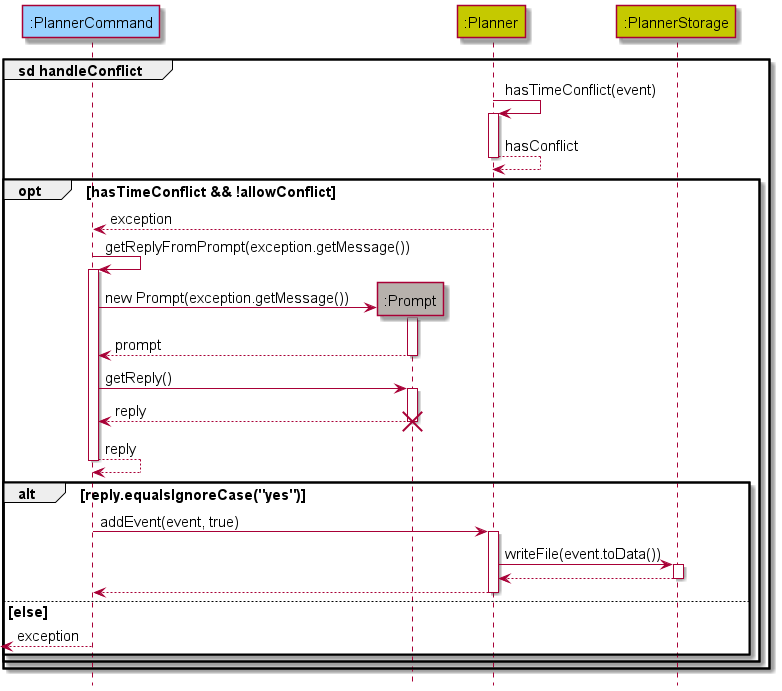
The PlantUML diagram docs/assets/images/PlannerAddSequenceDiagram2.png in shyamgj1900/tp, before a commit.
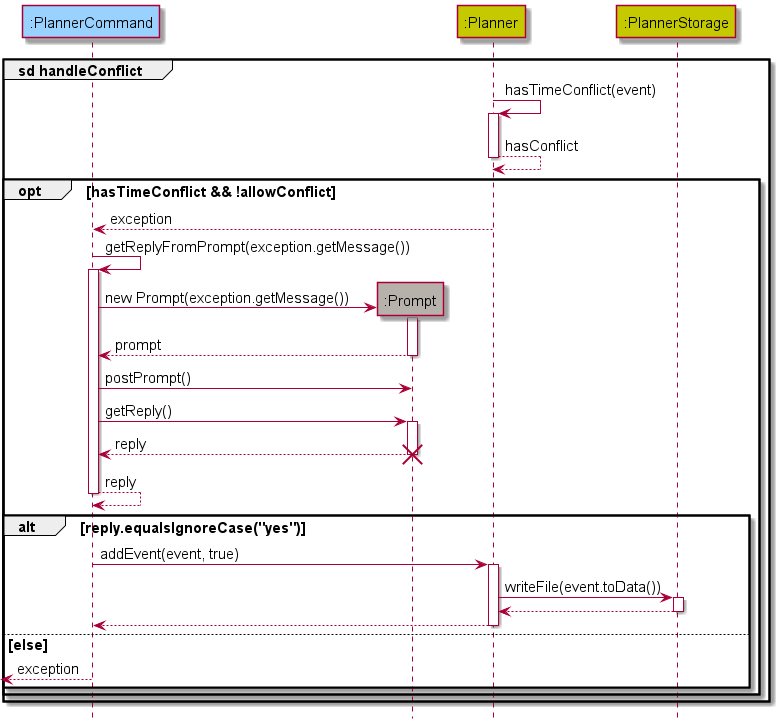
The same file after the commit.

Commit message:
update planner sequence diagram

The edit, as a diff of the source:
```diff
@@ -30,6 +30,8 @@
 
 prompt --> plc : prompt
 deactivate prompt
+
+plc -> prompt : postPrompt()
 
 plc -> prompt : getReply()
 activate prompt
```
